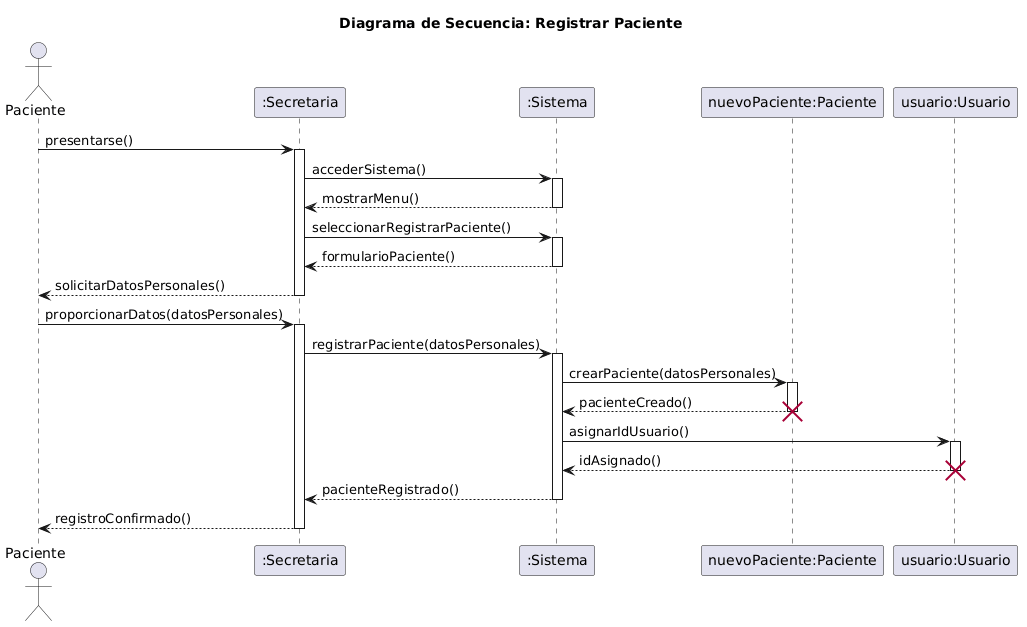
Earlier version of the PlantUML export diagramas/05-diagramas-secuencia/05-secuencia-registrar-paciente-registrar-paciente-04.png (FacundoGuiraldes/SistemaTurnosMedicos).
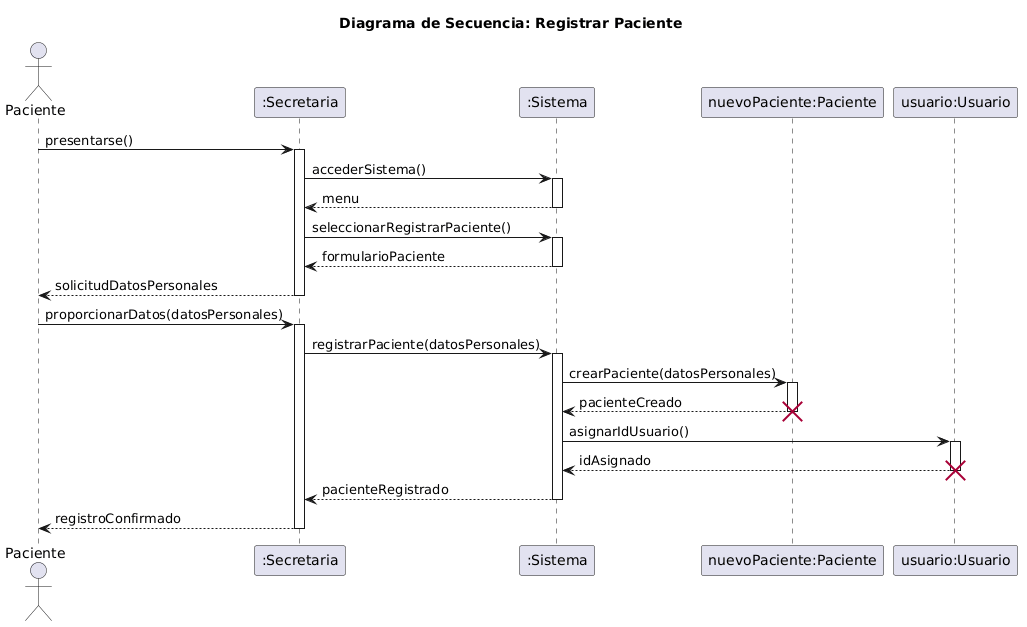
After the change.

Commit message:
Fix RCs: Corrige formato de los mensajes de retorno en los diagramas de secuencia restantes

Diff of the diagram source:
```diff
@@ -11,13 +11,13 @@
 activate secretaria
 secretaria -> sistema: accederSistema()
 activate sistema
-sistema --> secretaria: mostrarMenu()
+sistema --> secretaria: menu
 deactivate sistema
 secretaria -> sistema: seleccionarRegistrarPaciente()
 activate sistema
-sistema --> secretaria: formularioPaciente()
+sistema --> secretaria: formularioPaciente
 deactivate sistema
-secretaria --> Paciente: solicitarDatosPersonales()
+secretaria --> Paciente: solicitudDatosPersonales
 deactivate secretaria
 
 Paciente -> secretaria: proporcionarDatos(datosPersonales)
@@ -26,18 +26,18 @@
 activate sistema
 sistema -> nuevoPaciente: crearPaciente(datosPersonales)
 activate nuevoPaciente
-nuevoPaciente --> sistema: pacienteCreado()
+nuevoPaciente --> sistema: pacienteCreado
 deactivate nuevoPaciente
 destroy nuevoPaciente
 
 sistema -> usuario: asignarIdUsuario()
 activate usuario
-usuario --> sistema: idAsignado()
+usuario --> sistema: idAsignado
 deactivate usuario
 destroy usuario
 
-sistema --> secretaria: pacienteRegistrado()
+sistema --> secretaria: pacienteRegistrado
 deactivate sistema
-secretaria --> Paciente: registroConfirmado()
+secretaria --> Paciente: registroConfirmado
 deactivate secretaria
 @enduml
```
